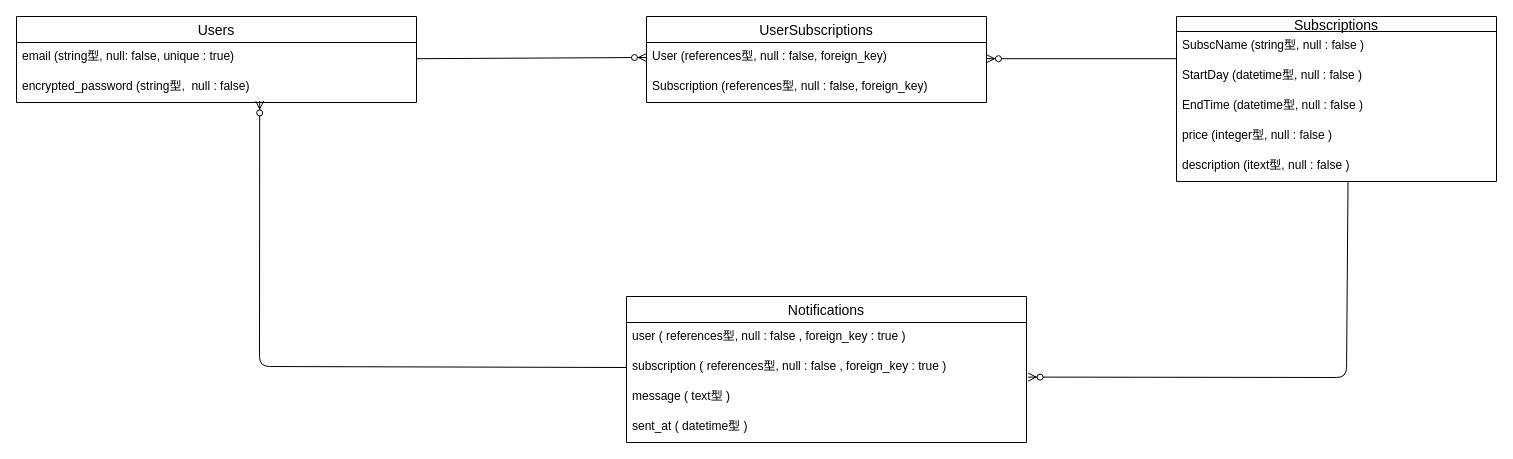
koukikubo/-SubscTimeLy keeps this draw.io diagram as SubscTimeLy.dio. Above is the earlier version. Source tidied: cells renumbered, new cells numbered last; positions are measured from the earlier drawing's top-left corner, leaving out a move shared by most shapes. Both pictures are drawn from the tidied source at 100%, with x=0, y=0 at pixel (16, 16).
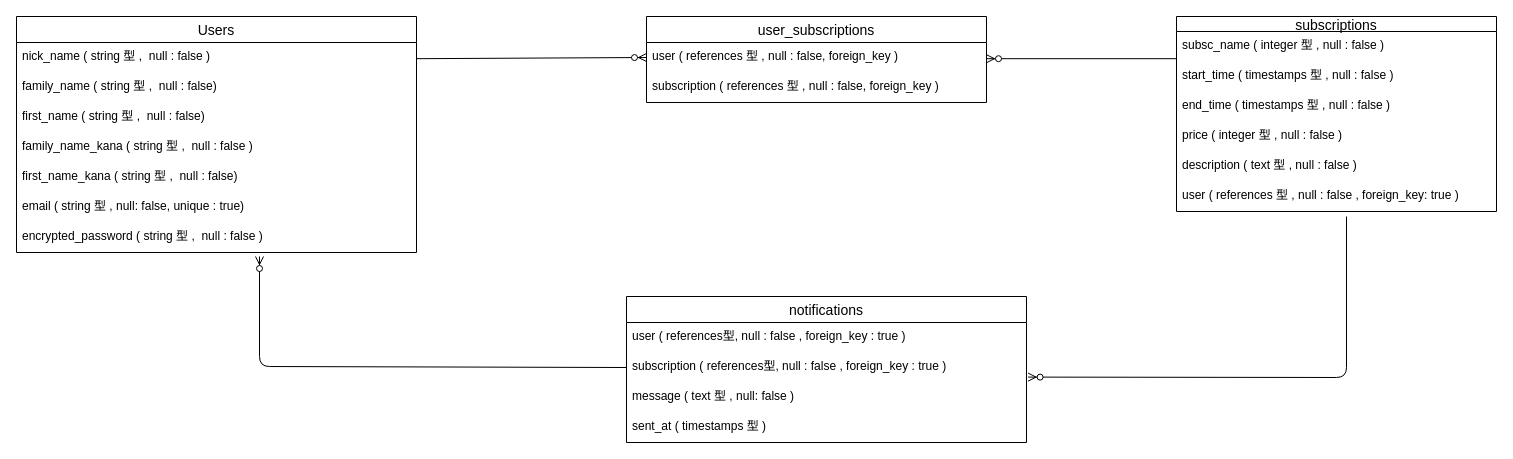
The same diagram, later.

The change refers to these unchanged cells:
```xml
<mxCell id="16" value="subscription ( references型, null : false , foreign_key : true )" style="text;strokeColor=none;fillColor=none;spacingLeft=4;spacingRight=4;overflow=hidden;points=[[0,0.5],[1,0.5]];portConstraint=eastwest;fontSize=12;" parent="14" vertex="1">
  <mxGeometry y="56" width="400" height="30" as="geometry" />
</mxCell>
```

What changed in the source:
```diff
@@
     <mxCell id="2" value="Users" style="swimlane;fontStyle=0;horizontal=1;startSize=26;align=center;fontSize=14;" parent="1" vertex="1">
-      <mxGeometry width="400" height="86" as="geometry" />
+      <mxGeometry width="400" height="236" as="geometry" />
     </mxCell>
+    <mxCell id="4" value="nick_name ( string 型 ,  null : false )&#10;" style="text;strokeColor=none;fillColor=none;spacingLeft=4;spacingRight=4;overflow=hidden;points=[[0,0.5],[1,0.5]];portConstraint=eastwest;fontSize=12;" parent="2" vertex="1">
+      <mxGeometry y="26" width="400" height="30" as="geometry" />
+    </mxCell>
+    <mxCell id="23" value="family_name ( string 型 ,  null : false)&#10;" style="text;strokeColor=none;fillColor=none;spacingLeft=4;spacingRight=4;overflow=hidden;fontSize=12;" parent="2" vertex="1">
+      <mxGeometry y="56" width="400" height="30" as="geometry" />
+    </mxCell>
+    <mxCell id="24" value="first_name ( string 型 ,  null : false)&#10;" style="text;strokeColor=none;fillColor=none;spacingLeft=4;spacingRight=4;overflow=hidden;fontSize=12;" parent="2" vertex="1">
+      <mxGeometry y="86" width="400" height="30" as="geometry" />
+    </mxCell>
+    <mxCell id="25" value="family_name_kana ( string 型 ,  null : false )&#10;" style="text;strokeColor=none;fillColor=none;spacingLeft=4;spacingRight=4;overflow=hidden;fontSize=12;" parent="2" vertex="1">
+      <mxGeometry y="116" width="400" height="30" as="geometry" />
+    </mxCell>
+    <mxCell id="26" value="first_name_kana ( string 型 ,  null : false)&#10;" style="text;strokeColor=none;fillColor=none;spacingLeft=4;spacingRight=4;overflow=hidden;fontSize=12;" parent="2" vertex="1">
+      <mxGeometry y="146" width="400" height="30" as="geometry" />
+    </mxCell>
-    <mxCell id="3" value="email (string型, null: false, unique : true)" style="text;strokeColor=none;fillColor=none;spacingLeft=4;spacingRight=4;overflow=hidden;fontSize=12;" parent="2" vertex="1">
-      <mxGeometry y="26" width="400" height="30" as="geometry" />
+    <mxCell id="3" value="email ( string 型 , null: false, unique : true)" style="text;strokeColor=none;fillColor=none;spacingLeft=4;spacingRight=4;overflow=hidden;fontSize=12;" parent="2" vertex="1">
+      <mxGeometry y="176" width="400" height="30" as="geometry" />
     </mxCell>
-    <mxCell id="4" value="encrypted_password (string型,  null : false)&#10;" style="text;strokeColor=none;fillColor=none;spacingLeft=4;spacingRight=4;overflow=hidden;points=[[0,0.5],[1,0.5]];portConstraint=eastwest;fontSize=12;" parent="2" vertex="1">
-      <mxGeometry y="56" width="400" height="30" as="geometry" />
-    </mxCell>
+    <mxCell id="27" value="encrypted_password ( string 型 ,  null : false )&#10;" style="text;strokeColor=none;fillColor=none;spacingLeft=4;spacingRight=4;overflow=hidden;fontSize=12;" parent="2" vertex="1">
+      <mxGeometry y="206" width="400" height="30" as="geometry" />
+    </mxCell>
-    <mxCell id="5" value="UserSubscriptions" style="swimlane;fontStyle=0;horizontal=1;startSize=26;align=center;fontSize=14;" parent="1" vertex="1">
+    <mxCell id="5" value="user_subscriptions" style="swimlane;fontStyle=0;horizontal=1;startSize=26;align=center;fontSize=14;" parent="1" vertex="1">
       <mxGeometry x="630" width="340" height="86" as="geometry" />
     </mxCell>
-    <mxCell id="6" value="User (references型, null : false, foreign_key)" style="text;strokeColor=none;fillColor=none;spacingLeft=4;spacingRight=4;overflow=hidden;points=[[0,0.5],[1,0.5]];portConstraint=eastwest;fontSize=12;" parent="5" vertex="1">
+    <mxCell id="6" value="user ( references 型 , null : false, foreign_key )" style="text;strokeColor=none;fillColor=none;spacingLeft=4;spacingRight=4;overflow=hidden;points=[[0,0.5],[1,0.5]];portConstraint=eastwest;fontSize=12;" parent="5" vertex="1">
       <mxGeometry y="26" width="340" height="30" as="geometry" />
     </mxCell>
-    <mxCell id="7" value="Subscription (references型, null : false, foreign_key)" style="text;strokeColor=none;fillColor=none;spacingLeft=4;spacingRight=4;overflow=hidden;fontSize=12;" parent="5" vertex="1">
+    <mxCell id="7" value="subscription ( references 型 , null : false, foreign_key )" style="text;strokeColor=none;fillColor=none;spacingLeft=4;spacingRight=4;overflow=hidden;fontSize=12;" parent="5" vertex="1">
       <mxGeometry y="56" width="340" height="30" as="geometry" />
     </mxCell>
-    <mxCell id="8" value="Subscriptions" style="swimlane;fontStyle=0;horizontal=1;startSize=15;align=center;fontSize=14;" parent="1" vertex="1">
-      <mxGeometry x="1160" width="320" height="165" as="geometry" />
+    <mxCell id="8" value="subscriptions" style="swimlane;fontStyle=0;horizontal=1;startSize=15;align=center;fontSize=14;" parent="1" vertex="1">
+      <mxGeometry x="1160" width="320" height="195" as="geometry" />
     </mxCell>
-    <mxCell id="9" value="SubscName (string型, null : false )" style="text;strokeColor=none;fillColor=none;spacingLeft=4;spacingRight=4;overflow=hidden;fontSize=12;" parent="8" vertex="1">
+    <mxCell id="9" value="subsc_name ( integer 型 , null : false )" style="text;strokeColor=none;fillColor=none;spacingLeft=4;spacingRight=4;overflow=hidden;fontSize=12;" parent="8" vertex="1">
       <mxGeometry y="15" width="320" height="30" as="geometry" />
     </mxCell>
-    <mxCell id="10" value="StartDay (datetime型, null : false )" style="text;strokeColor=none;fillColor=none;spacingLeft=4;spacingRight=4;overflow=hidden;fontSize=12;" parent="8" vertex="1">
+    <mxCell id="10" value="start_time ( timestamps 型 , null : false )" style="text;strokeColor=none;fillColor=none;spacingLeft=4;spacingRight=4;overflow=hidden;fontSize=12;" parent="8" vertex="1">
       <mxGeometry y="45" width="320" height="30" as="geometry" />
     </mxCell>
-    <mxCell id="11" value="EndTime (datetime型, null : false )" style="text;strokeColor=none;fillColor=none;spacingLeft=4;spacingRight=4;overflow=hidden;fontSize=12;" parent="8" vertex="1">
+    <mxCell id="11" value="end_time ( timestamps 型 , null : false )" style="text;strokeColor=none;fillColor=none;spacingLeft=4;spacingRight=4;overflow=hidden;fontSize=12;" parent="8" vertex="1">
       <mxGeometry y="75" width="320" height="30" as="geometry" />
     </mxCell>
-    <mxCell id="12" value="price (integer型, null : false )" style="text;strokeColor=none;fillColor=none;spacingLeft=4;spacingRight=4;overflow=hidden;fontSize=12;" parent="8" vertex="1">
+    <mxCell id="12" value="price ( integer 型 , null : false )" style="text;strokeColor=none;fillColor=none;spacingLeft=4;spacingRight=4;overflow=hidden;fontSize=12;" parent="8" vertex="1">
       <mxGeometry y="105" width="320" height="30" as="geometry" />
     </mxCell>
-    <mxCell id="13" value="description (itext型, null : false )" style="text;strokeColor=none;fillColor=none;spacingLeft=4;spacingRight=4;overflow=hidden;points=[[0,0.5],[1,0.5]];portConstraint=eastwest;fontSize=12;" parent="8" vertex="1">
+    <mxCell id="13" value="description ( text 型 , null : false )" style="text;strokeColor=none;fillColor=none;spacingLeft=4;spacingRight=4;overflow=hidden;points=[[0,0.5],[1,0.5]];portConstraint=eastwest;fontSize=12;" parent="8" vertex="1">
       <mxGeometry y="135" width="320" height="30" as="geometry" />
     </mxCell>
+    <mxCell id="28" value="user ( references 型 , null : false , foreign_key: true )" style="text;strokeColor=none;fillColor=none;spacingLeft=4;spacingRight=4;overflow=hidden;fontSize=12;" parent="8" vertex="1">
+      <mxGeometry y="165" width="320" height="30" as="geometry" />
+    </mxCell>
-    <mxCell id="14" value="Notifications" style="swimlane;fontStyle=0;horizontal=1;startSize=26;align=center;fontSize=14;" parent="1" vertex="1">
+    <mxCell id="14" value="notifications" style="swimlane;fontStyle=0;horizontal=1;startSize=26;align=center;fontSize=14;" parent="1" vertex="1">
       <mxGeometry x="610" y="280" width="400" height="146" as="geometry" />
     </mxCell>
@@
-    <mxCell id="17" value="message ( text型 )&#10;" style="text;strokeColor=none;fillColor=none;spacingLeft=4;spacingRight=4;overflow=hidden;points=[[0,0.5],[1,0.5]];portConstraint=eastwest;fontSize=12;" parent="14" vertex="1">
+    <mxCell id="17" value="message ( text 型 , null: false )&#10;" style="text;strokeColor=none;fillColor=none;spacingLeft=4;spacingRight=4;overflow=hidden;points=[[0,0.5],[1,0.5]];portConstraint=eastwest;fontSize=12;" parent="14" vertex="1">
       <mxGeometry y="86" width="400" height="30" as="geometry" />
     </mxCell>
-    <mxCell id="18" value="sent_at ( datetime型 )&#10;" style="text;strokeColor=none;fillColor=none;spacingLeft=4;spacingRight=4;overflow=hidden;fontSize=12;" parent="14" vertex="1">
+    <mxCell id="18" value="sent_at ( timestamps 型 )&#10;" style="text;strokeColor=none;fillColor=none;spacingLeft=4;spacingRight=4;overflow=hidden;fontSize=12;" parent="14" vertex="1">
       <mxGeometry y="116" width="400" height="30" as="geometry" />
     </mxCell>
@@
-    <mxCell id="21" style="fontSize=12;html=1;endArrow=ERzeroToMany;endFill=1;entryX=0.608;entryY=0.948;entryDx=0;entryDy=0;entryPerimeter=0;exitX=0;exitY=0.5;exitDx=0;exitDy=0;" parent="1" edge="1" source="16" target="4">
+    <mxCell id="21" style="fontSize=12;html=1;endArrow=ERzeroToMany;endFill=1;exitX=0;exitY=0.5;exitDx=0;exitDy=0;" parent="1" edge="1" source="16">
       <mxGeometry relative="1" as="geometry">
+        <mxPoint x="243" y="240" as="targetPoint" />
         <Array as="points">
           <mxPoint x="243" y="350" />
         </Array>
       </mxGeometry>
     </mxCell>
-    <mxCell id="22" style="fontSize=12;html=1;endArrow=ERzeroToMany;endFill=1;entryX=1.004;entryY=-0.18;entryDx=0;entryDy=0;entryPerimeter=0;exitX=0.536;exitY=1.007;exitDx=0;exitDy=0;exitPerimeter=0;" parent="1" edge="1" source="13" target="17">
+    <mxCell id="22" style="fontSize=12;html=1;endArrow=ERzeroToMany;endFill=1;entryX=1.004;entryY=-0.18;entryDx=0;entryDy=0;entryPerimeter=0;" parent="1" edge="1" target="17">
       <mxGeometry relative="1" as="geometry">
+        <mxPoint x="1330" y="200" as="sourcePoint" />
         <Array as="points">
           <mxPoint x="1330" y="361" />
         </Array>
       </mxGeometry>
     </mxCell>
```
